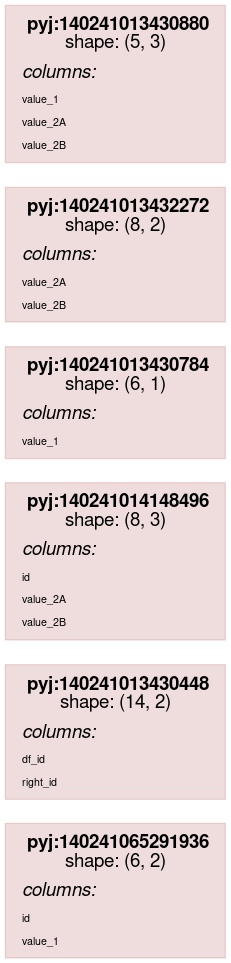
Earlier version of the Graphviz export scripts/rdflog/conditional_join.ttl.dot.png (asmirnov69/pyjviz-poc). Its source is kept beside it as scripts/rdflog/conditional_join.ttl.dot. Its diagram source:
```dot
    digraph G {
    rankdir = "LR"
    fontname="Helvetica,Arial,sans-serif"
    node [
      style=filled
      shape=rect
      pencolor="#00000044" // frames color
      fontname="Helvetica,Arial,sans-serif"
      shape=plaintext
    ]
    edge [fontname="Helvetica,Arial,sans-serif"]

node0_0 [
                color="#88000022"
                shape = rect
                label = <<table border="0" cellborder="0" cellspacing="0" cellpadding="4">
                         <tr> <td> <b>pyj:140241065291936</b><br/>shape: (6, 2)</td> </tr>
                         <tr> <td align="left"><i>columns:</i><br align="left"/></td></tr>
                <tr><td align="left"><FONT POINT-SIZE="8px">id</FONT></td></tr>
<tr><td align="left"><FONT POINT-SIZE="8px">value_1</FONT></td></tr>
                         </table>>
                ];
node0_1 [
                color="#88000022"
                shape = rect
                label = <<table border="0" cellborder="0" cellspacing="0" cellpadding="4">
                         <tr> <td> <b>pyj:140241013430448</b><br/>shape: (14, 2)</td> </tr>
                         <tr> <td align="left"><i>columns:</i><br align="left"/></td></tr>
                <tr><td align="left"><FONT POINT-SIZE="8px">df_id</FONT></td></tr>
<tr><td align="left"><FONT POINT-SIZE="8px">right_id</FONT></td></tr>
                         </table>>
                ];
node0_2 [
                color="#88000022"
                shape = rect
                label = <<table border="0" cellborder="0" cellspacing="0" cellpadding="4">
                         <tr> <td> <b>pyj:140241014148496</b><br/>shape: (8, 3)</td> </tr>
                         <tr> <td align="left"><i>columns:</i><br align="left"/></td></tr>
                <tr><td align="left"><FONT POINT-SIZE="8px">id</FONT></td></tr>
<tr><td align="left"><FONT POINT-SIZE="8px">value_2A</FONT></td></tr>
<tr><td align="left"><FONT POINT-SIZE="8px">value_2B</FONT></td></tr>
                         </table>>
                ];
node0_3 [
                color="#88000022"
                shape = rect
                label = <<table border="0" cellborder="0" cellspacing="0" cellpadding="4">
                         <tr> <td> <b>pyj:140241013430784</b><br/>shape: (6, 1)</td> </tr>
                         <tr> <td align="left"><i>columns:</i><br align="left"/></td></tr>
                <tr><td align="left"><FONT POINT-SIZE="8px">value_1</FONT></td></tr>
                         </table>>
                ];
node0_4 [
                color="#88000022"
                shape = rect
                label = <<table border="0" cellborder="0" cellspacing="0" cellpadding="4">
                         <tr> <td> <b>pyj:140241013432272</b><br/>shape: (8, 2)</td> </tr>
                         <tr> <td align="left"><i>columns:</i><br align="left"/></td></tr>
                <tr><td align="left"><FONT POINT-SIZE="8px">value_2A</FONT></td></tr>
<tr><td align="left"><FONT POINT-SIZE="8px">value_2B</FONT></td></tr>
                         </table>>
                ];
node0_5 [
                color="#88000022"
                shape = rect
                label = <<table border="0" cellborder="0" cellspacing="0" cellpadding="4">
                         <tr> <td> <b>pyj:140241013430880</b><br/>shape: (5, 3)</td> </tr>
                         <tr> <td align="left"><i>columns:</i><br align="left"/></td></tr>
                <tr><td align="left"><FONT POINT-SIZE="8px">value_1</FONT></td></tr>
<tr><td align="left"><FONT POINT-SIZE="8px">value_2A</FONT></td></tr>
<tr><td align="left"><FONT POINT-SIZE="8px">value_2B</FONT></td></tr>
                         </table>>
                ];
subgraph cluster_0 {
label = "None";
}
}
```
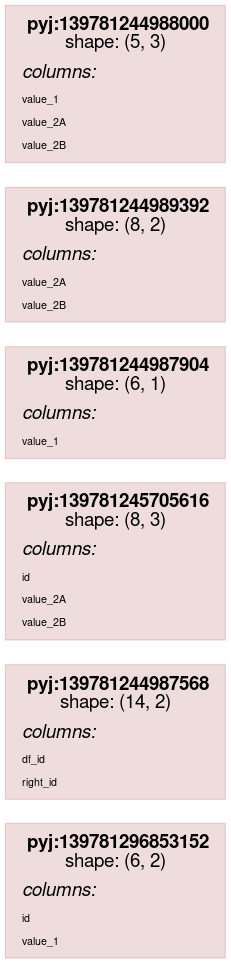
The same diagram one commit later.

The edit, as a diff of the source:
```diff
@@ -14,7 +14,7 @@
                 color="#88000022"
                 shape = rect
                 label = <<table border="0" cellborder="0" cellspacing="0" cellpadding="4">
-                         <tr> <td> <b>pyj:140241065291936</b><br/>shape: (6, 2)</td> </tr>
+                         <tr> <td> <b>pyj:139781296853152</b><br/>shape: (6, 2)</td> </tr>
                          <tr> <td align="left"><i>columns:</i><br align="left"/></td></tr>
                 <tr><td align="left"><FONT POINT-SIZE="8px">id</FONT></td></tr>
 <tr><td align="left"><FONT POINT-SIZE="8px">value_1</FONT></td></tr>
@@ -24,7 +24,7 @@
                 color="#88000022"
                 shape = rect
                 label = <<table border="0" cellborder="0" cellspacing="0" cellpadding="4">
-                         <tr> <td> <b>pyj:140241013430448</b><br/>shape: (14, 2)</td> </tr>
+                         <tr> <td> <b>pyj:139781244987568</b><br/>shape: (14, 2)</td> </tr>
                          <tr> <td align="left"><i>columns:</i><br align="left"/></td></tr>
                 <tr><td align="left"><FONT POINT-SIZE="8px">df_id</FONT></td></tr>
 <tr><td align="left"><FONT POINT-SIZE="8px">right_id</FONT></td></tr>
@@ -34,7 +34,7 @@
                 color="#88000022"
                 shape = rect
                 label = <<table border="0" cellborder="0" cellspacing="0" cellpadding="4">
-                         <tr> <td> <b>pyj:140241014148496</b><br/>shape: (8, 3)</td> </tr>
+                         <tr> <td> <b>pyj:139781245705616</b><br/>shape: (8, 3)</td> </tr>
                          <tr> <td align="left"><i>columns:</i><br align="left"/></td></tr>
                 <tr><td align="left"><FONT POINT-SIZE="8px">id</FONT></td></tr>
 <tr><td align="left"><FONT POINT-SIZE="8px">value_2A</FONT></td></tr>
@@ -45,7 +45,7 @@
                 color="#88000022"
                 shape = rect
                 label = <<table border="0" cellborder="0" cellspacing="0" cellpadding="4">
-                         <tr> <td> <b>pyj:140241013430784</b><br/>shape: (6, 1)</td> </tr>
+                         <tr> <td> <b>pyj:139781244987904</b><br/>shape: (6, 1)</td> </tr>
                          <tr> <td align="left"><i>columns:</i><br align="left"/></td></tr>
                 <tr><td align="left"><FONT POINT-SIZE="8px">value_1</FONT></td></tr>
                          </table>>
@@ -54,7 +54,7 @@
                 color="#88000022"
                 shape = rect
                 label = <<table border="0" cellborder="0" cellspacing="0" cellpadding="4">
-                         <tr> <td> <b>pyj:140241013432272</b><br/>shape: (8, 2)</td> </tr>
+                         <tr> <td> <b>pyj:139781244989392</b><br/>shape: (8, 2)</td> </tr>
                          <tr> <td align="left"><i>columns:</i><br align="left"/></td></tr>
                 <tr><td align="left"><FONT POINT-SIZE="8px">value_2A</FONT></td></tr>
 <tr><td align="left"><FONT POINT-SIZE="8px">value_2B</FONT></td></tr>
@@ -64,7 +64,7 @@
                 color="#88000022"
                 shape = rect
                 label = <<table border="0" cellborder="0" cellspacing="0" cellpadding="4">
-                         <tr> <td> <b>pyj:140241013430880</b><br/>shape: (5, 3)</td> </tr>
+                         <tr> <td> <b>pyj:139781244988000</b><br/>shape: (5, 3)</td> </tr>
                          <tr> <td align="left"><i>columns:</i><br align="left"/></td></tr>
                 <tr><td align="left"><FONT POINT-SIZE="8px">value_1</FONT></td></tr>
 <tr><td align="left"><FONT POINT-SIZE="8px">value_2A</FONT></td></tr>
```
